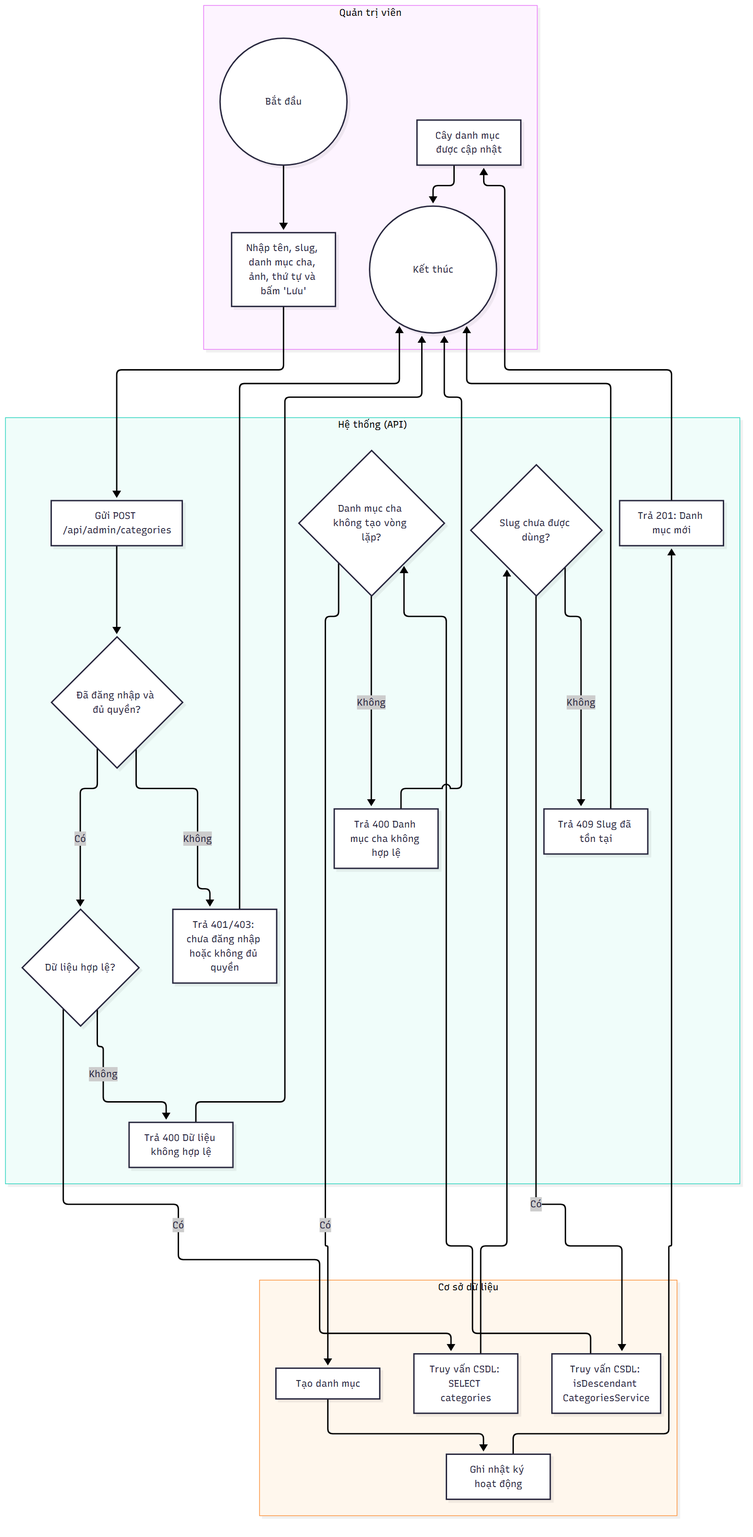
This is docs/diagrams/png/activity_UC-ADM-05_quan-ly-danh-muc-san-pham.png from 2431540234-arch/XDUDTMDT, a Mermaid export, as it was before one commit. Its source is kept beside it as docs/diagrams/src/activity_UC-ADM-05_quan-ly-danh-muc-san-pham.mmd.
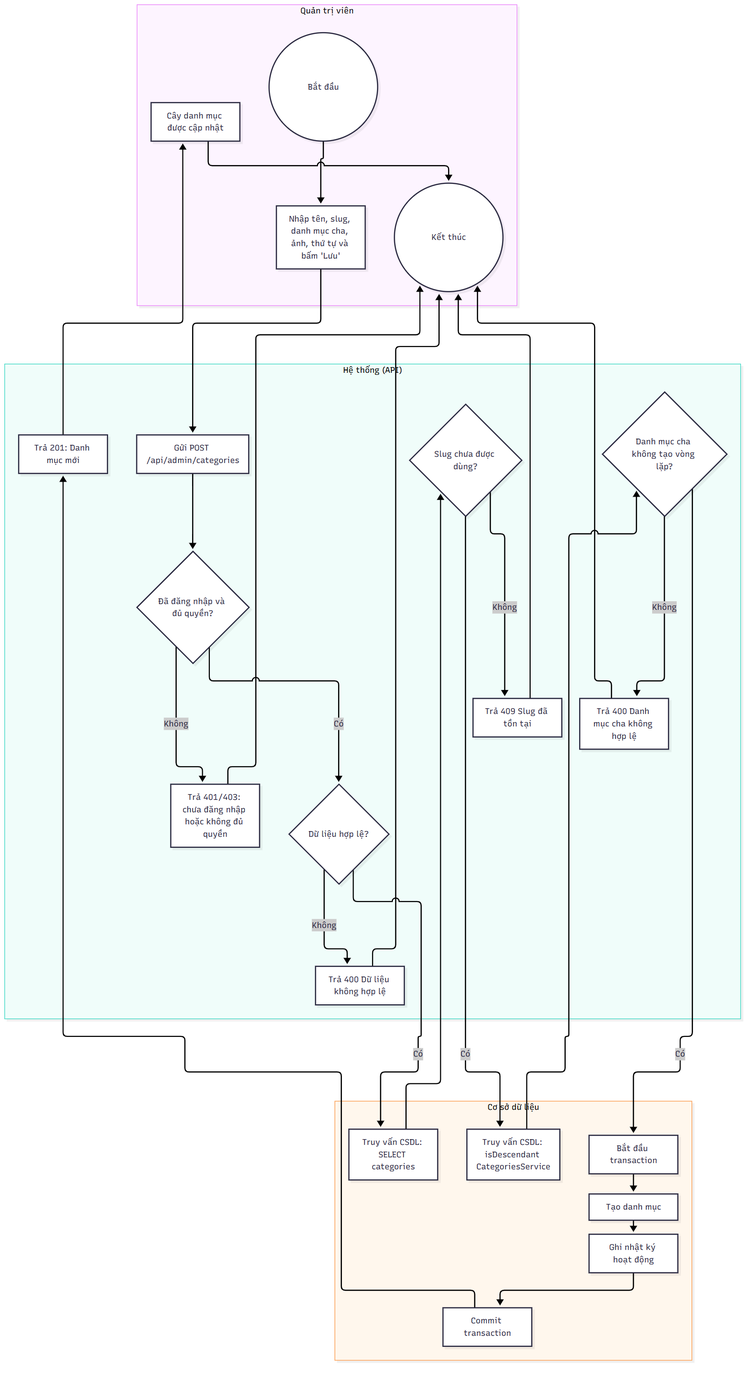
After the commit.

Diff of the diagram source:
```diff
@@ -20,8 +20,10 @@
     subgraph LANE_D["Cơ sở dữ liệu"]
         n8["Truy vấn CSDL: SELECT categories"]
         n11["Truy vấn CSDL: isDescendant CategoriesService"]
+        n19["Bắt đầu transaction"]
         n14["Tạo danh mục"]
         n15["Ghi nhật ký hoạt động"]
+        n20["Commit transaction"]
     end
     n1 --> n2
     n2 --> n3
@@ -35,9 +37,11 @@
     n9 -->|"Có"| n11
     n11 --> n12
     n12 -->|"Không"| n13
-    n12 -->|"Có"| n14
+    n12 -->|"Có"| n19
+    n19 --> n14
     n14 --> n15
-    n15 --> n16
+    n15 --> n20
+    n20 --> n16
     n16 --> n17
     n17 --> n18
     n5 --> n18
```
